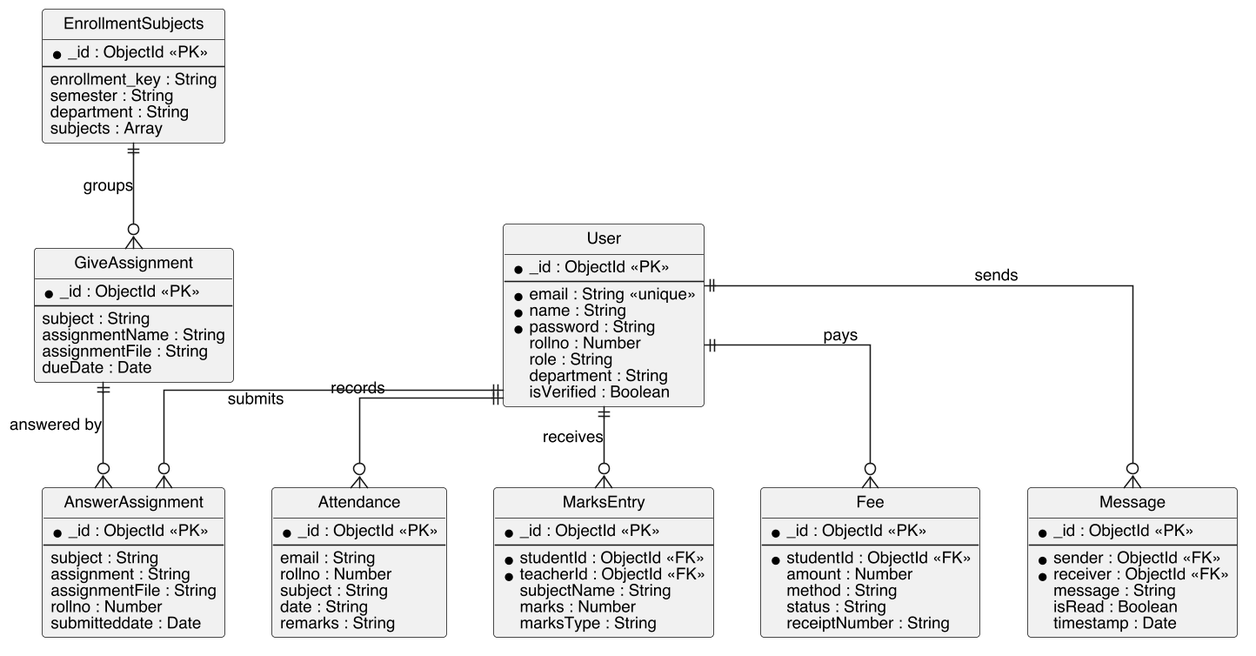
This is docs/report/figures/er_diagram.png from BhupendraMalla/CampuseEase, a PlantUML export, as it was before one commit. The source it was exported from:
```plantuml
@startuml
skinparamlocked dpi 150
skinparam monochrome true
skinparam shadowing false
skinparam DefaultFontName Helvetica
skinparam DefaultFontSize 12
skinparam dpi 150
skinparam linetype ortho
hide circle

entity "User" as User {
  * _id : ObjectId <<PK>>
  --
  * email : String <<unique>>
  * name : String
  * password : String
  rollno : Number
  role : String
  department : String
  isVerified : Boolean
}

entity "EnrollmentSubjects" as Enroll {
  * _id : ObjectId <<PK>>
  --
  enrollment_key : String
  semester : String
  department : String
  subjects : Array
}

entity "Attendance" as Att {
  * _id : ObjectId <<PK>>
  --
  email : String
  rollno : Number
  subject : String
  date : String
  remarks : String
}

entity "GiveAssignment" as Give {
  * _id : ObjectId <<PK>>
  --
  subject : String
  assignmentName : String
  assignmentFile : String
  dueDate : Date
}

entity "AnswerAssignment" as Ans {
  * _id : ObjectId <<PK>>
  --
  subject : String
  assignment : String
  assignmentFile : String
  rollno : Number
  submitteddate : Date
}

entity "MarksEntry" as Marks {
  * _id : ObjectId <<PK>>
  --
  * studentId : ObjectId <<FK>>
  * teacherId : ObjectId <<FK>>
  subjectName : String
  marks : Number
  marksType : String
}

entity "Fee" as Fee {
  * _id : ObjectId <<PK>>
  --
  * studentId : ObjectId <<FK>>
  amount : Number
  method : String
  status : String
  receiptNumber : String
}

entity "Message" as Msg {
  * _id : ObjectId <<PK>>
  --
  * sender : ObjectId <<FK>>
  * receiver : ObjectId <<FK>>
  message : String
  isRead : Boolean
  timestamp : Date
}

User ||--o{ Att    : records
User ||--o{ Ans    : submits
User ||--o{ Fee    : pays
User ||--o{ Marks  : receives
User ||--o{ Msg    : sends
Enroll ||--o{ Give : groups
Give ||--o{ Ans    : answered by
@enduml
```
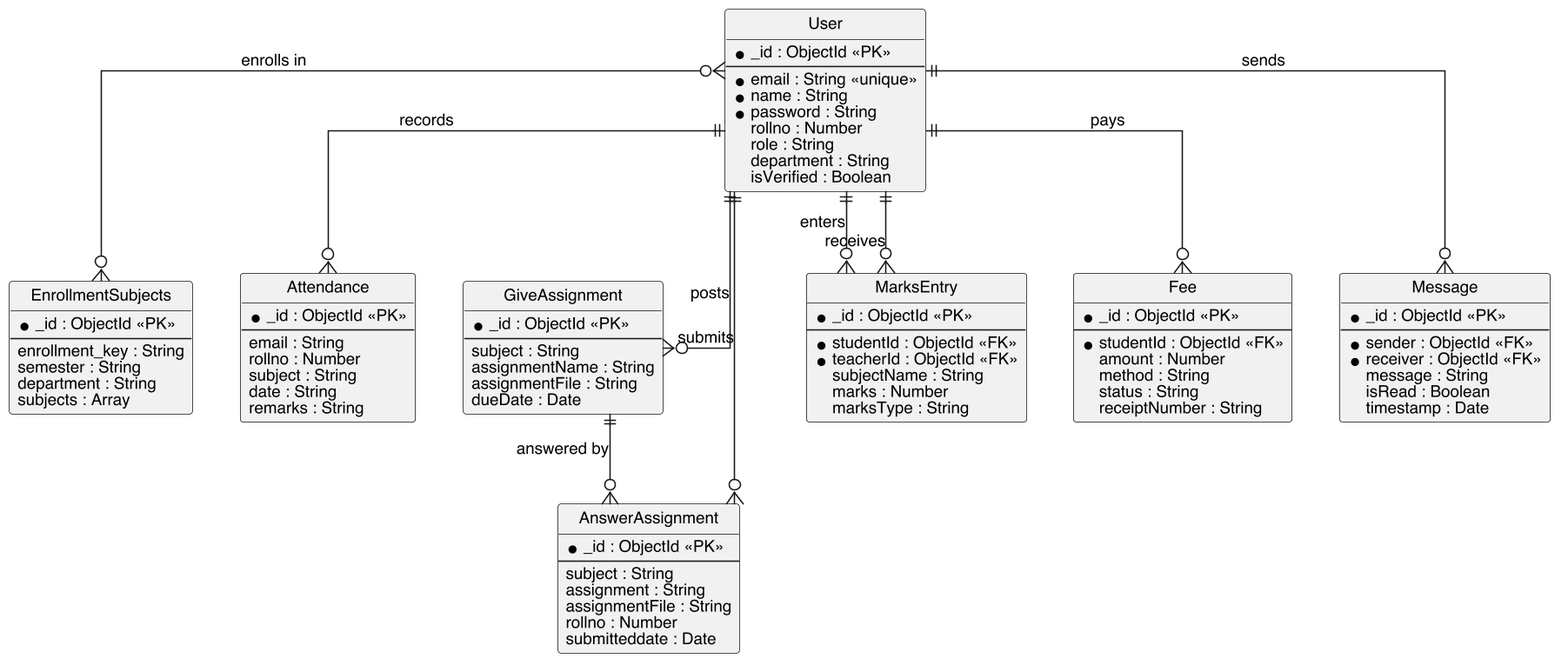
After the commit.

The edit, as a diff of the source:
```diff
@@ -88,11 +88,13 @@
   timestamp : Date
 }
 
-User ||--o{ Att    : records
-User ||--o{ Ans    : submits
-User ||--o{ Fee    : pays
-User ||--o{ Marks  : receives
-User ||--o{ Msg    : sends
-Enroll ||--o{ Give : groups
-Give ||--o{ Ans    : answered by
+User   }o--o{ Enroll : enrolls in
+User   ||--o{ Att    : records
+User   ||--o{ Give   : posts
+User   ||--o{ Ans    : submits
+User   ||--o{ Marks  : enters
+User   ||--o{ Marks  : receives
+User   ||--o{ Fee    : pays
+User   ||--o{ Msg    : sends
+Give   ||--o{ Ans    : answered by
 @enduml
```
